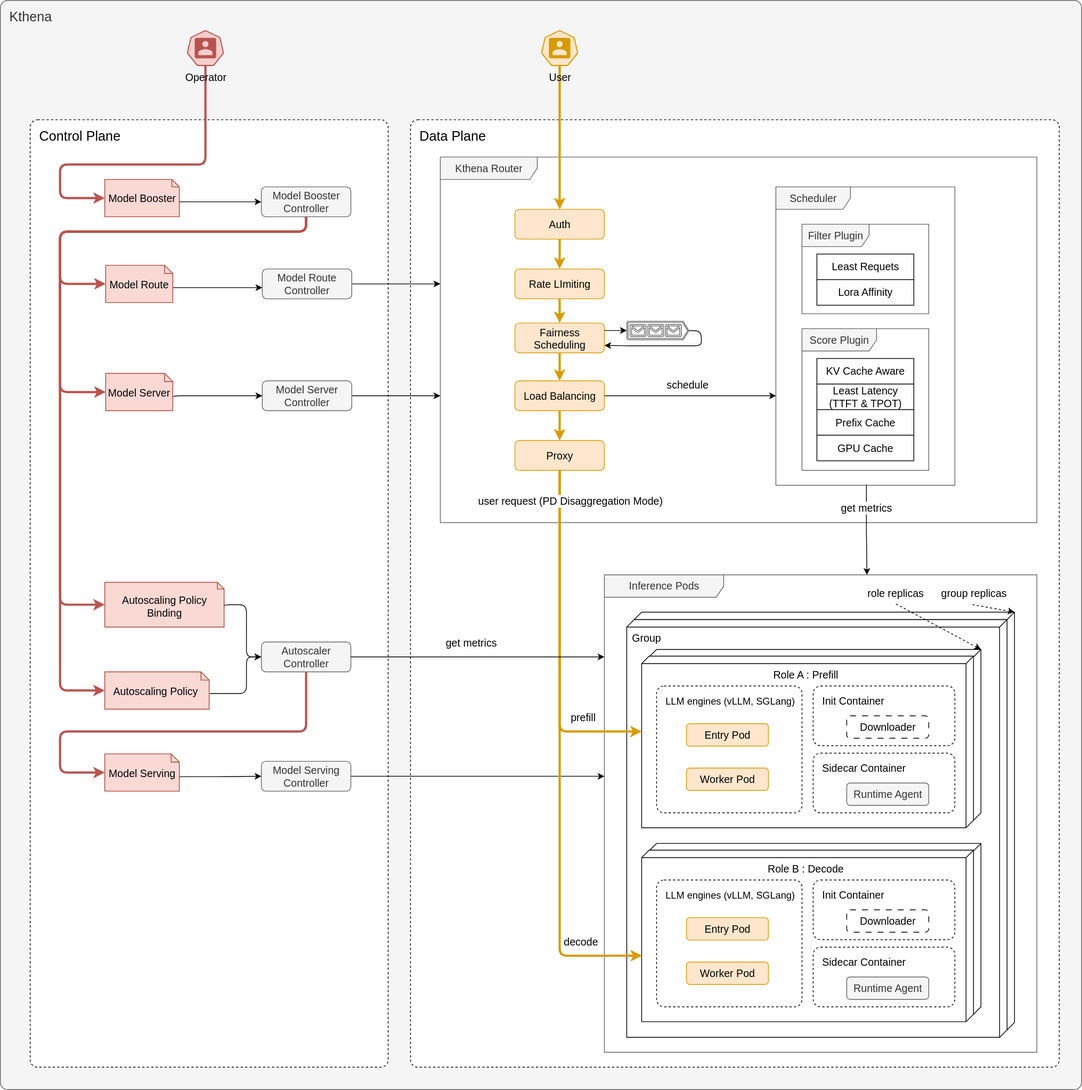
This is docs/kthena/static/img/diagrams/architecture/architecture_overview.svg from matrixinfer-ai/kthena, a draw.io export, as it was before one commit. Source tidied: cells renumbered, new cells last; positions are measured from the earlier drawing's top-left corner, leaving out a move shared by most shapes.
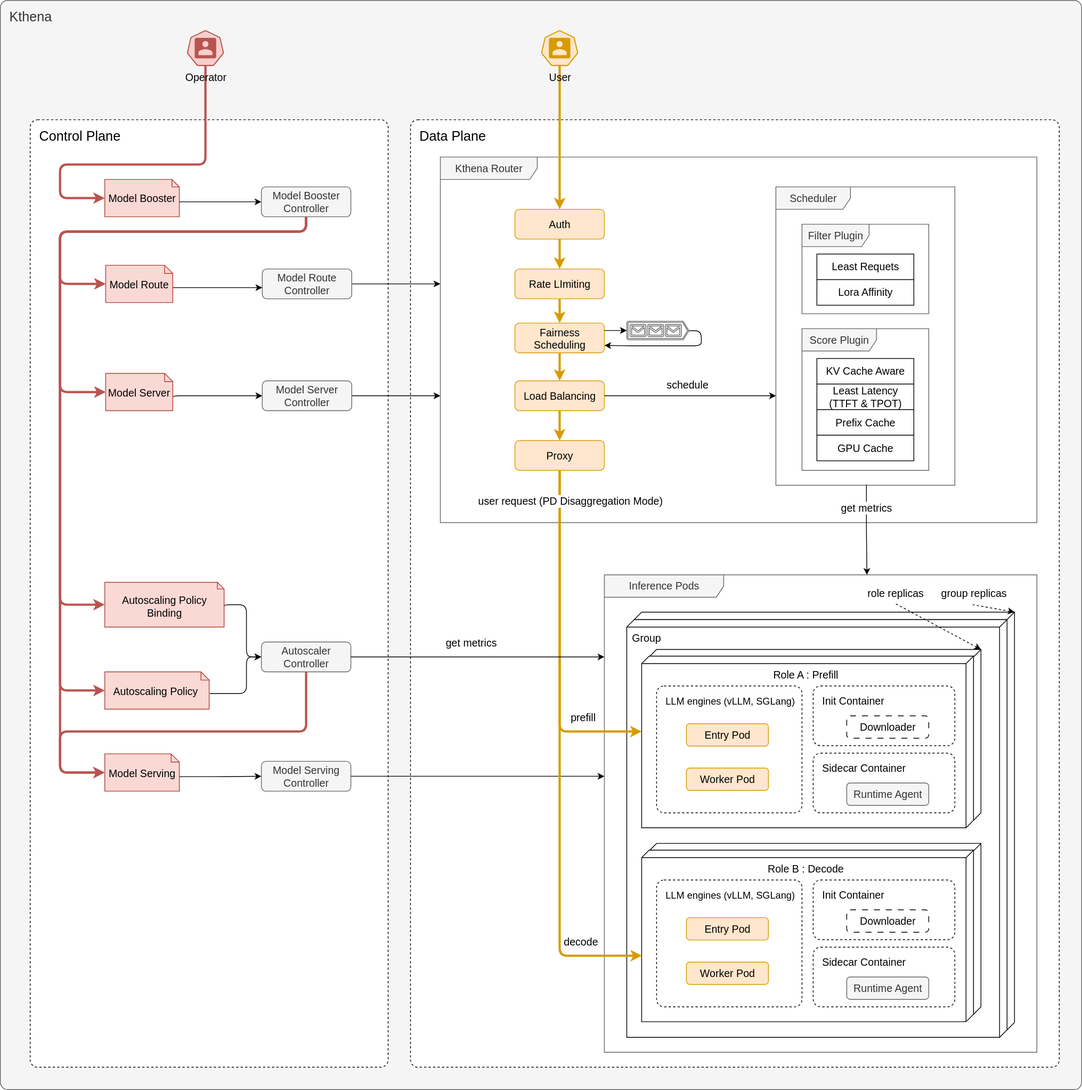
Above is the later version.

Diff of the diagram source:
```diff
@@ -380,5 +380,14 @@
         <mxPoint x="-3" y="1" as="offset" />
       </mxGeometry>
     </mxCell>
+    <mxCell id="95" style="edgeStyle=orthogonalEdgeStyle;rounded=1;jettySize=auto;html=1;exitX=0.5;exitY=1;exitDx=0;exitDy=0;fontSize=14;fillColor=#f8cecc;strokeColor=#b85450;strokeWidth=3;entryX=0;entryY=0.5;entryDx=0;entryDy=0;entryPerimeter=0;" parent="1" edge="1" source="63" target="65">
+      <mxGeometry relative="1" as="geometry">
+        <Array as="points">
+          <mxPoint x="410" y="310" />
+          <mxPoint x="80" y="310" />
+          <mxPoint x="80" y="1035" />
+        </Array>
+      </mxGeometry>
+    </mxCell>
   </root>
 </mxGraphModel>
```
